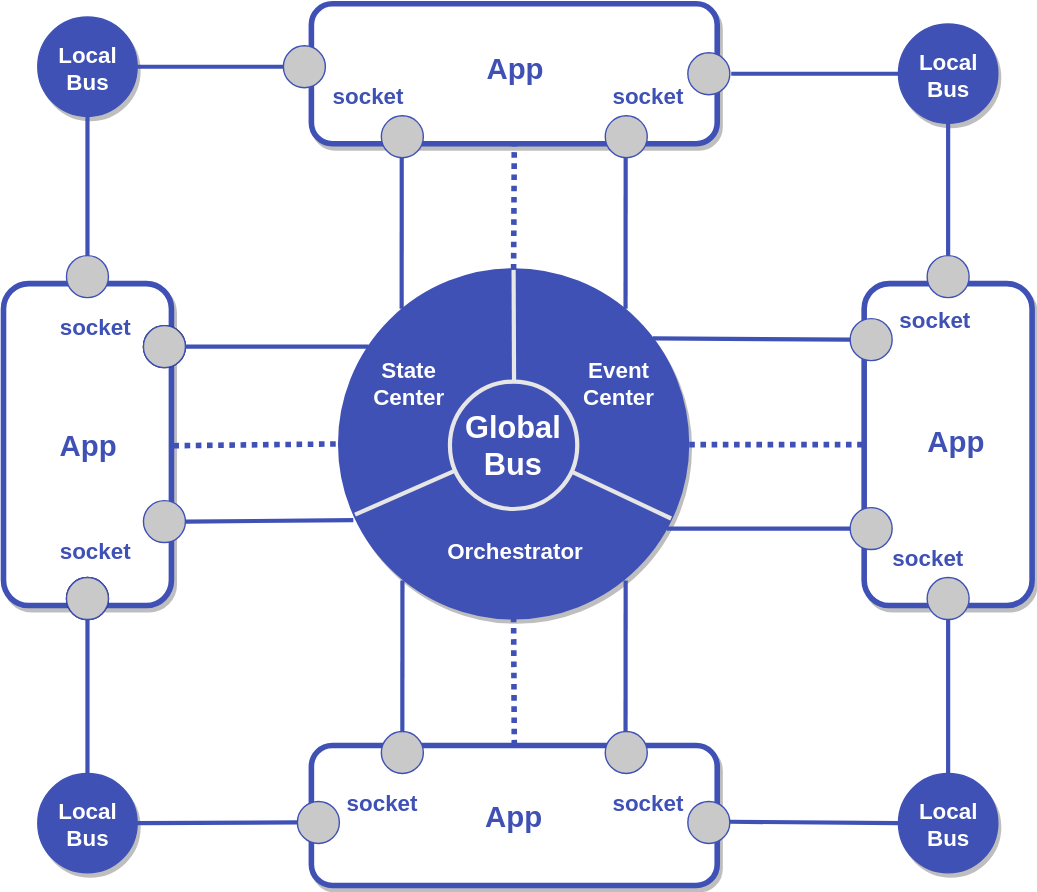
This is docs/_media/architecture.drawio.svg from ralliejs/rallie, a draw.io export, as it was before one commit. Source tidied: cells renumbered, new cells last; positions are measured from the earlier drawing's top-left corner, leaving out a move shared by most shapes. The source it was exported from:
```xml
<mxGraphModel>
  <root>
    <mxCell id="0" />
    <mxCell id="1" parent="0" />
    <mxCell id="2" style="ellipse;whiteSpace=wrap;html=1;fillColor=#3F51B5;fontColor=#FFFFFF;strokeColor=#3F51B5;strokeWidth=2;shadow=1;" parent="1" vertex="1">
      <mxGeometry x="240" y="190" width="249" height="249" as="geometry" />
    </mxCell>
    <mxCell id="3" style="endArrow=none;html=1;exitX=0.952;exitY=0.714;exitDx=0;exitDy=0;exitPerimeter=0;fontColor=#FFFFFF;strokeWidth=3;strokeColor=#E6E6E6;" parent="1" edge="1" source="2">
      <mxGeometry relative="1" as="geometry">
        <mxPoint x="365" y="315" as="targetPoint" />
      </mxGeometry>
    </mxCell>
    <mxCell id="4" style="endArrow=none;html=1;exitX=0.045;exitY=0.703;exitDx=0;exitDy=0;exitPerimeter=0;fontColor=#FFFFFF;strokeWidth=3;strokeColor=#E6E6E6;comic=0;" parent="1" edge="1" source="2">
      <mxGeometry relative="1" as="geometry">
        <mxPoint x="365" y="315" as="targetPoint" />
      </mxGeometry>
    </mxCell>
    <mxCell id="5" style="endArrow=none;html=1;entryX=0.5;entryY=0;entryDx=0;entryDy=0;fontColor=#FFFFFF;strokeWidth=3;strokeColor=#E6E6E6;" parent="1" edge="1" target="2">
      <mxGeometry relative="1" as="geometry">
        <mxPoint x="365" y="315" as="sourcePoint" />
      </mxGeometry>
    </mxCell>
    <mxCell id="6" value="Global Bus" style="ellipse;whiteSpace=wrap;html=1;fillColor=#3F51B5;fontColor=#FFFFFF;strokeWidth=3;strokeColor=#E6E6E6;fontSize=22;fontStyle=1;" parent="1" vertex="1">
      <mxGeometry x="319" y="270" width="91" height="91" as="geometry" />
    </mxCell>
    <mxCell id="7" value="&lt;font style=&quot;font-size: 16px;&quot;&gt;Event Center&lt;/font&gt;" style="text;html=1;strokeColor=none;fillColor=none;align=center;verticalAlign=middle;whiteSpace=wrap;rounded=0;fontColor=#FFFFFF;strokeWidth=2;fontSize=16;fontStyle=1;" parent="1" vertex="1">
      <mxGeometry x="420" y="260" width="40" height="20" as="geometry" />
    </mxCell>
    <mxCell id="8" value="&lt;font style=&quot;font-size: 16px;&quot;&gt;State Center&lt;/font&gt;" style="text;html=1;strokeColor=none;fillColor=none;align=center;verticalAlign=middle;whiteSpace=wrap;rounded=0;fontColor=#FFFFFF;strokeWidth=2;fontSize=16;fontStyle=1;" parent="1" vertex="1">
      <mxGeometry x="270" y="260" width="40" height="20" as="geometry" />
    </mxCell>
    <mxCell id="9" value="&lt;font style=&quot;font-size: 16px;&quot;&gt;Orchestrator&lt;/font&gt;" style="text;html=1;strokeColor=none;fillColor=none;align=center;verticalAlign=middle;whiteSpace=wrap;rounded=0;fontColor=#FFFFFF;strokeWidth=2;fontSize=16;fontStyle=1;" parent="1" vertex="1">
      <mxGeometry x="345" y="380" width="40" height="20" as="geometry" />
    </mxCell>
    <mxCell id="10" style="shape=ext;double=0;rounded=1;whiteSpace=wrap;html=1;fillColor=#FFFFFF;fontColor=#3F51B5;strokeColor=#3F51B5;glass=0;comic=0;strokeWidth=4;shadow=1;" parent="1" vertex="1">
      <mxGeometry x="220" width="290" height="100" as="geometry" />
    </mxCell>
    <mxCell id="11" style="shape=ext;double=0;rounded=1;whiteSpace=wrap;html=1;fillColor=#FFFFFF;fontColor=#3F51B5;strokeColor=#3F51B5;glass=0;comic=0;strokeWidth=4;shadow=1;" parent="1" vertex="1">
      <mxGeometry x="220" y="530" width="290" height="100" as="geometry" />
    </mxCell>
    <mxCell id="12" style="shape=ext;double=0;rounded=1;whiteSpace=wrap;html=1;fillColor=#FFFFFF;fontColor=#3F51B5;strokeColor=#3F51B5;strokeWidth=4;perimeterSpacing=16;perimeter=ellipsePerimeter;rotation=0;shadow=1;comic=0;glass=0;" parent="1" vertex="1">
      <mxGeometry y="200" width="120" height="230" as="geometry" />
    </mxCell>
    <mxCell id="13" style="ellipse;whiteSpace=wrap;html=1;fillColor=#C9C9C9;fontColor=#3F51B5;strokeColor=#3F51B5;shadow=0;" parent="1" vertex="1">
      <mxGeometry x="270" y="80" width="30" height="30" as="geometry" />
    </mxCell>
    <mxCell id="14" style="ellipse;whiteSpace=wrap;html=1;fillColor=#C9C9C9;fontColor=#3F51B5;strokeColor=#3F51B5;shadow=0;" parent="1" vertex="1">
      <mxGeometry x="430" y="80" width="30" height="30" as="geometry" />
    </mxCell>
    <mxCell id="15" value="&lt;font style=&quot;font-size: 21px&quot;&gt;App&lt;/font&gt;" style="text;html=1;strokeColor=none;fillColor=none;align=center;verticalAlign=middle;whiteSpace=wrap;rounded=0;fontColor=#3F51B5;fontSize=21;fontStyle=1;" parent="1" vertex="1">
      <mxGeometry x="334.5" y="37.5" width="61" height="15" as="geometry" />
    </mxCell>
    <mxCell id="16" value="socket" style="text;html=1;strokeColor=none;fillColor=none;align=center;verticalAlign=middle;whiteSpace=wrap;rounded=0;fontColor=#3F51B5;fontSize=16;fontStyle=1;" parent="1" vertex="1">
      <mxGeometry x="240" y="55" width="40" height="20" as="geometry" />
    </mxCell>
    <mxCell id="17" value="socket" style="text;html=1;strokeColor=none;fillColor=none;align=center;verticalAlign=middle;whiteSpace=wrap;rounded=0;fontColor=#3F51B5;fontSize=16;fontStyle=1;" parent="1" vertex="1">
      <mxGeometry x="440" y="55" width="40" height="20" as="geometry" />
    </mxCell>
    <mxCell id="18" style="shape=ext;double=0;rounded=1;whiteSpace=wrap;html=1;fillColor=#FFFFFF;fontColor=#3F51B5;strokeColor=#3F51B5;glass=0;comic=0;strokeWidth=4;shadow=1;" parent="1" vertex="1">
      <mxGeometry x="615" y="200" width="120" height="230" as="geometry" />
    </mxCell>
    <mxCell id="19" style="ellipse;whiteSpace=wrap;html=1;fillColor=#C9C9C9;fontColor=#3F51B5;strokeColor=#3F51B5;shadow=0;" parent="1" vertex="1">
      <mxGeometry x="270" y="520" width="30" height="30" as="geometry" />
    </mxCell>
    <mxCell id="20" value="socket" style="text;html=1;strokeColor=none;fillColor=none;align=center;verticalAlign=middle;whiteSpace=wrap;rounded=0;fontColor=#3F51B5;fontSize=16;fontStyle=1;" parent="1" vertex="1">
      <mxGeometry x="250" y="560" width="40" height="20" as="geometry" />
    </mxCell>
    <mxCell id="21" value="&lt;font style=&quot;font-size: 21px&quot;&gt;App&lt;/font&gt;" style="text;html=1;strokeColor=none;fillColor=none;align=center;verticalAlign=middle;whiteSpace=wrap;rounded=0;fontColor=#3F51B5;fontSize=21;fontStyle=1;" parent="1" vertex="1">
      <mxGeometry x="327" y="570" width="75" height="20" as="geometry" />
    </mxCell>
    <mxCell id="22" style="ellipse;whiteSpace=wrap;html=1;fillColor=#C9C9C9;fontColor=#3F51B5;strokeColor=#3F51B5;shadow=0;" parent="1" vertex="1">
      <mxGeometry x="430" y="520" width="30" height="30" as="geometry" />
    </mxCell>
    <mxCell id="23" value="socket" style="text;html=1;strokeColor=none;fillColor=none;align=center;verticalAlign=middle;whiteSpace=wrap;rounded=0;fontColor=#3F51B5;fontSize=16;fontStyle=1;" parent="1" vertex="1">
      <mxGeometry x="440" y="560" width="40" height="20" as="geometry" />
    </mxCell>
    <mxCell id="24" style="ellipse;whiteSpace=wrap;html=1;fillColor=#C9C9C9;fontColor=#3F51B5;strokeColor=#3F51B5;shadow=0;" parent="1" vertex="1">
      <mxGeometry x="100" y="355" width="30" height="30" as="geometry" />
    </mxCell>
    <mxCell id="25" value="socket" style="text;html=1;strokeColor=none;fillColor=none;align=center;verticalAlign=middle;whiteSpace=wrap;rounded=0;fontColor=#3F51B5;fontStyle=1;fontSize=16;" parent="1" vertex="1">
      <mxGeometry x="45" y="380" width="40" height="20" as="geometry" />
    </mxCell>
    <mxCell id="26" style="ellipse;whiteSpace=wrap;html=1;fillColor=#639BF1;fontColor=#3F51B5;" parent="1" vertex="1">
      <mxGeometry x="100" y="230" width="30" height="30" as="geometry" />
    </mxCell>
    <mxCell id="27" value="socket" style="text;html=1;strokeColor=none;fillColor=none;align=center;verticalAlign=middle;whiteSpace=wrap;rounded=0;fontColor=#3F51B5;fontSize=16;fontStyle=1;" parent="1" vertex="1">
      <mxGeometry x="45" y="220" width="40" height="20" as="geometry" />
    </mxCell>
    <mxCell id="28" value="&lt;font style=&quot;font-size: 21px&quot;&gt;App&lt;br&gt;&lt;/font&gt;" style="text;html=1;strokeColor=none;fillColor=none;align=center;verticalAlign=middle;whiteSpace=wrap;rounded=0;fontColor=#3F51B5;fontSize=21;fontStyle=1;" parent="1" vertex="1">
      <mxGeometry x="20" y="307" width="80" height="16" as="geometry" />
    </mxCell>
    <mxCell id="29" value="Local Bus" style="ellipse;whiteSpace=wrap;html=1;fillColor=#3F51B5;fontColor=#FFFFFF;strokeColor=#3F51B5;fontSize=16;fontStyle=1;shadow=1;" parent="1" vertex="1">
      <mxGeometry x="24.5" y="9.5" width="71" height="71" as="geometry" />
    </mxCell>
    <mxCell id="30" value="Local Bus" style="ellipse;whiteSpace=wrap;html=1;fillColor=#3F51B5;fontColor=#FFFFFF;strokeColor=#3F51B5;fontSize=16;fontStyle=1;shadow=1;" parent="1" vertex="1">
      <mxGeometry x="639.5" y="14.5" width="71" height="71" as="geometry" />
    </mxCell>
    <mxCell id="31" value="Local Bus" style="ellipse;whiteSpace=wrap;html=1;fillColor=#3F51B5;fontColor=#FFFFFF;strokeColor=#3F51B5;fontSize=16;fontStyle=1;shadow=1;" parent="1" vertex="1">
      <mxGeometry x="24.5" y="550" width="71" height="71" as="geometry" />
    </mxCell>
    <mxCell id="32" value="Local Bus" style="ellipse;whiteSpace=wrap;html=1;fillColor=#3F51B5;fontColor=#FFFFFF;strokeColor=#3F51B5;fontSize=16;fontStyle=1;shadow=1;" parent="1" vertex="1">
      <mxGeometry x="639.5" y="550" width="71" height="71" as="geometry" />
    </mxCell>
    <mxCell id="33" style="ellipse;whiteSpace=wrap;html=1;fillColor=#C9C9C9;fontColor=#3F51B5;strokeColor=#3F51B5;shadow=0;" parent="1" vertex="1">
      <mxGeometry x="605" y="360" width="30" height="30" as="geometry" />
    </mxCell>
    <mxCell id="34" value="socket" style="text;html=1;strokeColor=none;fillColor=none;align=center;verticalAlign=middle;whiteSpace=wrap;rounded=0;fontColor=#3F51B5;fontSize=16;fontStyle=1;" parent="1" vertex="1">
      <mxGeometry x="640.5" y="385" width="40" height="20" as="geometry" />
    </mxCell>
    <mxCell id="35" style="ellipse;whiteSpace=wrap;html=1;fillColor=#C9C9C9;fontColor=#3F51B5;strokeColor=#3F51B5;shadow=0;" parent="1" vertex="1">
      <mxGeometry x="605" y="225" width="30" height="30" as="geometry" />
    </mxCell>
    <mxCell id="36" value="socket" style="text;html=1;strokeColor=none;fillColor=none;align=center;verticalAlign=middle;whiteSpace=wrap;rounded=0;fontColor=#3F51B5;fontSize=16;fontStyle=1;" parent="1" vertex="1">
      <mxGeometry x="645" y="215" width="40" height="20" as="geometry" />
    </mxCell>
    <mxCell id="37" value="&lt;font style=&quot;font-size: 21px&quot;&gt;App&lt;br&gt;&lt;/font&gt;" style="text;html=1;strokeColor=none;fillColor=none;align=center;verticalAlign=middle;whiteSpace=wrap;rounded=0;fontColor=#3F51B5;fontSize=21;fontStyle=1;" parent="1" vertex="1">
      <mxGeometry x="645" y="302" width="71" height="21" as="geometry" />
    </mxCell>
    <mxCell id="38" style="ellipse;whiteSpace=wrap;html=1;fillColor=#C9C9C9;fontColor=#3F51B5;strokeColor=#3F51B5;shadow=0;" parent="1" vertex="1">
      <mxGeometry x="45" y="180" width="30" height="30" as="geometry" />
    </mxCell>
    <mxCell id="39" style="ellipse;whiteSpace=wrap;html=1;fillColor=#C9C9C9;fontColor=#3F51B5;strokeColor=#3F51B5;shadow=0;" parent="1" vertex="1">
      <mxGeometry x="200" y="30" width="30" height="30" as="geometry" />
    </mxCell>
    <mxCell id="40" style="endArrow=none;startArrow=none;html=1;entryX=0.5;entryY=1;entryDx=0;entryDy=0;exitX=0.5;exitY=0;exitDx=0;exitDy=0;fontColor=#FFFFFF;strokeWidth=3;startFill=0;endFill=0;strokeColor=#3F51B5;" parent="1" edge="1" source="38" target="29">
      <mxGeometry relative="1" as="geometry" />
    </mxCell>
    <mxCell id="41" style="endArrow=none;startArrow=none;html=1;entryX=1;entryY=0.5;entryDx=0;entryDy=0;exitX=0;exitY=0.5;exitDx=0;exitDy=0;fontColor=#FFFFFF;strokeWidth=3;startFill=0;endFill=0;strokeColor=#3F51B5;" parent="1" edge="1" source="39" target="29">
      <mxGeometry relative="1" as="geometry" />
    </mxCell>
    <mxCell id="42" style="endArrow=none;startArrow=none;html=1;exitX=0;exitY=0.5;exitDx=0;exitDy=0;fontColor=#FFFFFF;strokeWidth=3;startFill=0;endFill=0;strokeColor=#3F51B5;" parent="1" edge="1" source="30">
      <mxGeometry relative="1" as="geometry">
        <mxPoint x="520" y="50" as="targetPoint" />
      </mxGeometry>
    </mxCell>
    <mxCell id="43" style="ellipse;whiteSpace=wrap;html=1;fillColor=#C9C9C9;fontColor=#3F51B5;strokeColor=#3F51B5;shadow=0;" parent="1" vertex="1">
      <mxGeometry x="660" y="180" width="30" height="30" as="geometry" />
    </mxCell>
    <mxCell id="44" style="endArrow=none;startArrow=none;html=1;entryX=0.5;entryY=1;entryDx=0;entryDy=0;fontColor=#FFFFFF;strokeWidth=3;startFill=0;endFill=0;strokeColor=#3F51B5;" parent="1" edge="1" target="30">
      <mxGeometry relative="1" as="geometry">
        <mxPoint x="675" y="180" as="sourcePoint" />
      </mxGeometry>
    </mxCell>
    <mxCell id="45" style="ellipse;whiteSpace=wrap;html=1;fillColor=#B0B0B0;fontColor=#3F51B5;" parent="1" vertex="1">
      <mxGeometry x="45" y="410" width="30" height="30" as="geometry" />
    </mxCell>
    <mxCell id="46" style="ellipse;whiteSpace=wrap;html=1;fillColor=#C9C9C9;fontColor=#3F51B5;strokeColor=#3F51B5;shadow=0;" parent="1" vertex="1">
      <mxGeometry x="660" y="410" width="30" height="30" as="geometry" />
    </mxCell>
    <mxCell id="47" style="endArrow=none;startArrow=none;html=1;entryX=0.5;entryY=1;entryDx=0;entryDy=0;exitX=0.5;exitY=0;exitDx=0;exitDy=0;fontColor=#FFFFFF;strokeWidth=3;startFill=0;endFill=0;strokeColor=#3F51B5;" parent="1" edge="1" source="31" target="45">
      <mxGeometry relative="1" as="geometry" />
    </mxCell>
    <mxCell id="48" style="endArrow=none;startArrow=none;html=1;entryX=0.5;entryY=1;entryDx=0;entryDy=0;exitX=0.5;exitY=0;exitDx=0;exitDy=0;fontColor=#FFFFFF;strokeWidth=3;startFill=0;endFill=0;strokeColor=#3F51B5;" parent="1" edge="1" source="32">
      <mxGeometry relative="1" as="geometry">
        <mxPoint x="675" y="440" as="targetPoint" />
      </mxGeometry>
    </mxCell>
    <mxCell id="49" style="ellipse;whiteSpace=wrap;html=1;fillColor=#C9C9C9;fontColor=#3F51B5;strokeColor=#3F51B5;shadow=0;" parent="1" vertex="1">
      <mxGeometry x="210" y="570" width="30" height="30" as="geometry" />
    </mxCell>
    <mxCell id="50" style="ellipse;whiteSpace=wrap;html=1;fillColor=#C9C9C9;fontColor=#3F51B5;strokeColor=#3F51B5;shadow=0;" parent="1" vertex="1">
      <mxGeometry x="489" y="570" width="30" height="30" as="geometry" />
    </mxCell>
    <mxCell id="51" style="endArrow=none;startArrow=none;html=1;entryX=0;entryY=0.5;entryDx=0;entryDy=0;exitX=1;exitY=0.5;exitDx=0;exitDy=0;fontColor=#FFFFFF;strokeWidth=3;startFill=0;endFill=0;strokeColor=#3F51B5;" parent="1" edge="1" source="31" target="49">
      <mxGeometry relative="1" as="geometry" />
    </mxCell>
    <mxCell id="52" style="endArrow=none;startArrow=none;html=1;entryX=0;entryY=0.5;entryDx=0;entryDy=0;exitX=1;exitY=0.5;exitDx=0;exitDy=0;fontColor=#FFFFFF;strokeWidth=3;startFill=0;endFill=0;strokeColor=#3F51B5;" parent="1" edge="1" target="32">
      <mxGeometry relative="1" as="geometry">
        <mxPoint x="519" y="584.5" as="sourcePoint" />
      </mxGeometry>
    </mxCell>
    <mxCell id="53" style="endArrow=none;startArrow=none;html=1;exitX=1;exitY=0.5;exitDx=0;exitDy=0;entryX=0.04;entryY=0.719;entryDx=0;entryDy=0;entryPerimeter=0;fontColor=#FFFFFF;strokeWidth=3;startFill=0;endFill=0;strokeColor=#3F51B5;" parent="1" edge="1" source="24" target="2">
      <mxGeometry relative="1" as="geometry" />
    </mxCell>
    <mxCell id="54" style="endArrow=none;startArrow=none;html=1;exitX=1;exitY=0.5;exitDx=0;exitDy=0;entryX=0.084;entryY=0.221;entryDx=0;entryDy=0;entryPerimeter=0;fontColor=#FFFFFF;strokeWidth=3;startFill=0;endFill=0;strokeColor=#3F51B5;" parent="1" edge="1" source="26" target="2">
      <mxGeometry relative="1" as="geometry" />
    </mxCell>
    <mxCell id="55" style="endArrow=none;startArrow=none;html=1;entryX=0;entryY=0.5;entryDx=0;entryDy=0;exitX=0.9;exitY=0.197;exitDx=0;exitDy=0;exitPerimeter=0;fontColor=#FFFFFF;strokeWidth=3;startFill=0;endFill=0;strokeColor=#3F51B5;" parent="1" edge="1" source="2" target="35">
      <mxGeometry relative="1" as="geometry" />
    </mxCell>
    <mxCell id="56" style="endArrow=none;startArrow=none;html=1;entryX=0;entryY=0.5;entryDx=0;entryDy=0;fontColor=#FFFFFF;strokeWidth=3;startFill=0;endFill=0;strokeColor=#3F51B5;" parent="1" edge="1" target="33">
      <mxGeometry relative="1" as="geometry">
        <mxPoint x="474" y="375" as="sourcePoint" />
      </mxGeometry>
    </mxCell>
    <mxCell id="57" style="endArrow=none;startArrow=none;html=1;entryX=0.181;entryY=0.892;entryDx=0;entryDy=0;entryPerimeter=0;exitX=0.5;exitY=0;exitDx=0;exitDy=0;fontColor=#FFFFFF;strokeWidth=3;startFill=0;endFill=0;strokeColor=#3F51B5;" parent="1" edge="1" source="19" target="2">
      <mxGeometry relative="1" as="geometry" />
    </mxCell>
    <mxCell id="58" style="endArrow=none;startArrow=none;html=1;entryX=0.181;entryY=0.892;entryDx=0;entryDy=0;entryPerimeter=0;exitX=0.5;exitY=0;exitDx=0;exitDy=0;fontColor=#FFFFFF;strokeWidth=3;startFill=0;endFill=0;strokeColor=#3F51B5;" parent="1" edge="1">
      <mxGeometry relative="1" as="geometry">
        <mxPoint x="444.5" y="520" as="sourcePoint" />
        <mxPoint x="444.6" y="412.1" as="targetPoint" />
      </mxGeometry>
    </mxCell>
    <mxCell id="59" style="endArrow=none;startArrow=none;html=1;entryX=0.181;entryY=0.892;entryDx=0;entryDy=0;entryPerimeter=0;exitX=0.5;exitY=0;exitDx=0;exitDy=0;fontColor=#FFFFFF;strokeWidth=3;startFill=0;endFill=0;strokeColor=#3F51B5;" parent="1" edge="1">
      <mxGeometry relative="1" as="geometry">
        <mxPoint x="444.5" y="217.9" as="sourcePoint" />
        <mxPoint x="444.6" y="110" as="targetPoint" />
      </mxGeometry>
    </mxCell>
    <mxCell id="60" style="endArrow=none;startArrow=none;html=1;entryX=0.181;entryY=0.892;entryDx=0;entryDy=0;entryPerimeter=0;exitX=0.5;exitY=0;exitDx=0;exitDy=0;fontColor=#FFFFFF;strokeWidth=3;startFill=0;endFill=0;strokeColor=#3F51B5;" parent="1" edge="1">
      <mxGeometry relative="1" as="geometry">
        <mxPoint x="284.5" y="217.9" as="sourcePoint" />
        <mxPoint x="284.6" y="110" as="targetPoint" />
      </mxGeometry>
    </mxCell>
    <mxCell id="61" style="ellipse;whiteSpace=wrap;html=1;fillColor=#C9C9C9;fontColor=#3F51B5;strokeColor=#3F51B5;shadow=0;" parent="1" vertex="1">
      <mxGeometry x="489" y="35" width="30" height="30" as="geometry" />
    </mxCell>
    <mxCell id="62" style="ellipse;whiteSpace=wrap;html=1;fillColor=#C9C9C9;fontColor=#3F51B5;strokeColor=#3F51B5;shadow=0;" parent="1" vertex="1">
      <mxGeometry x="100" y="230" width="30" height="30" as="geometry" />
    </mxCell>
    <mxCell id="63" style="ellipse;whiteSpace=wrap;html=1;fillColor=#C9C9C9;fontColor=#3F51B5;strokeColor=#3F51B5;shadow=0;" parent="1" vertex="1">
      <mxGeometry x="45" y="410" width="30" height="30" as="geometry" />
    </mxCell>
    <mxCell id="64" style="endArrow=none;html=1;strokeColor=#3F51B5;strokeWidth=4;exitX=0.904;exitY=0.503;exitDx=0;exitDy=0;entryX=0;entryY=0.5;entryDx=0;entryDy=0;fontColor=#FFFFFF;exitPerimeter=0;dashed=1;dashPattern=1 1;" parent="1" edge="1" source="12" target="2">
      <mxGeometry relative="1" as="geometry" />
    </mxCell>
    <mxCell id="65" style="endArrow=none;html=1;strokeColor=#3F51B5;strokeWidth=4;exitX=0.5;exitY=0;exitDx=0;exitDy=0;entryX=0.5;entryY=1;entryDx=0;entryDy=0;fontColor=#FFFFFF;startArrow=none;startFill=0;dashed=1;dashPattern=1 1;" parent="1" edge="1" source="2" target="10">
      <mxGeometry relative="1" as="geometry" />
    </mxCell>
    <mxCell id="66" style="endArrow=none;html=1;strokeColor=#3F51B5;strokeWidth=4;entryX=0;entryY=0.5;entryDx=0;entryDy=0;fontColor=#FFFFFF;dashed=1;dashPattern=1 1;" parent="1" edge="1" target="18">
      <mxGeometry relative="1" as="geometry">
        <mxPoint x="490" y="315" as="sourcePoint" />
      </mxGeometry>
    </mxCell>
    <mxCell id="67" style="endArrow=none;html=1;strokeColor=#3F51B5;strokeWidth=4;entryX=0.5;entryY=1;entryDx=0;entryDy=0;exitX=0.5;exitY=0;exitDx=0;exitDy=0;fontColor=#FFFFFF;dashed=1;dashPattern=1 1;" parent="1" edge="1" source="11" target="2">
      <mxGeometry relative="1" as="geometry" />
    </mxCell>
  </root>
</mxGraphModel>
```
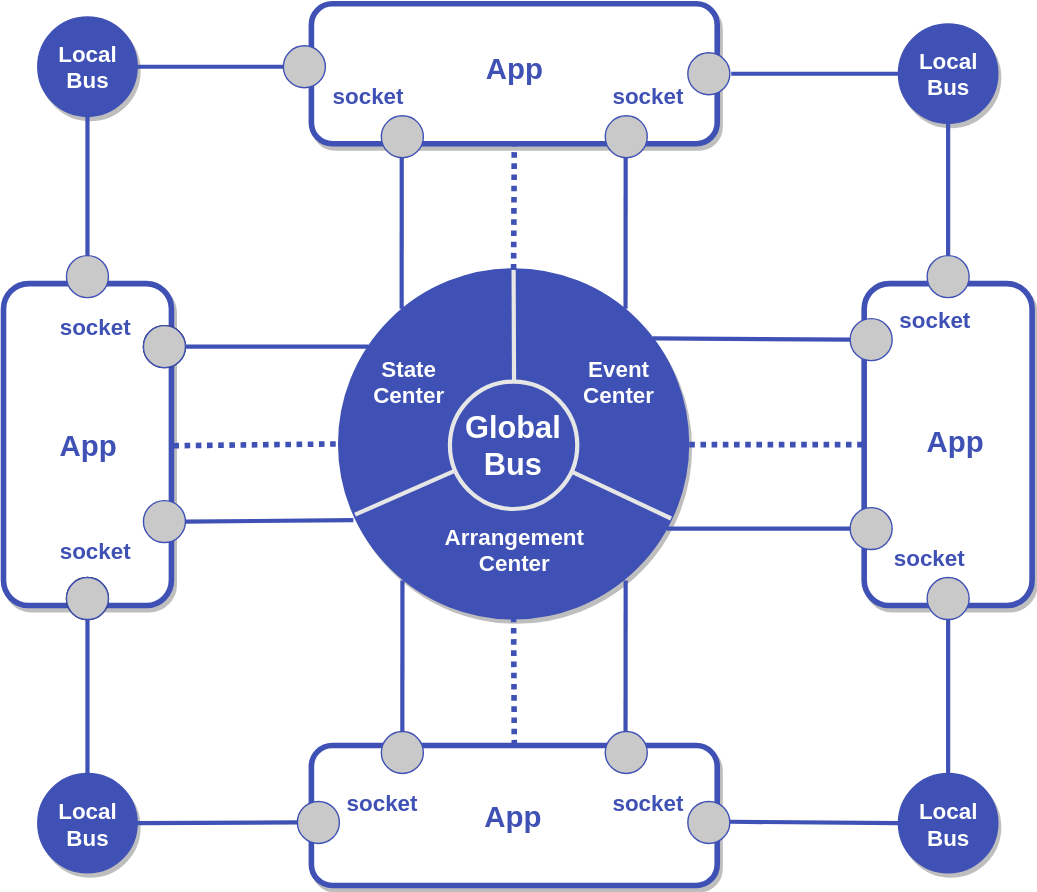
The same diagram one commit later.

Diff of the diagram source:
```diff
@@ -29,7 +29,7 @@
     <mxCell id="8" value="&lt;font style=&quot;font-size: 16px;&quot;&gt;State Center&lt;/font&gt;" style="text;html=1;strokeColor=none;fillColor=none;align=center;verticalAlign=middle;whiteSpace=wrap;rounded=0;fontColor=#FFFFFF;strokeWidth=2;fontSize=16;fontStyle=1;" parent="1" vertex="1">
       <mxGeometry x="270" y="260" width="40" height="20" as="geometry" />
     </mxCell>
-    <mxCell id="9" value="&lt;font style=&quot;font-size: 16px;&quot;&gt;Orchestrator&lt;/font&gt;" style="text;html=1;strokeColor=none;fillColor=none;align=center;verticalAlign=middle;whiteSpace=wrap;rounded=0;fontColor=#FFFFFF;strokeWidth=2;fontSize=16;fontStyle=1;" parent="1" vertex="1">
+    <mxCell id="9" value="Arrangement Center" style="text;html=1;strokeColor=none;fillColor=none;align=center;verticalAlign=middle;whiteSpace=wrap;rounded=0;fontColor=#FFFFFF;strokeWidth=2;fontSize=16;fontStyle=1;" parent="1" vertex="1">
       <mxGeometry x="345" y="380" width="40" height="20" as="geometry" />
     </mxCell>
     <mxCell id="10" style="shape=ext;double=0;rounded=1;whiteSpace=wrap;html=1;fillColor=#FFFFFF;fontColor=#3F51B5;strokeColor=#3F51B5;glass=0;comic=0;strokeWidth=4;shadow=1;" parent="1" vertex="1">
```
